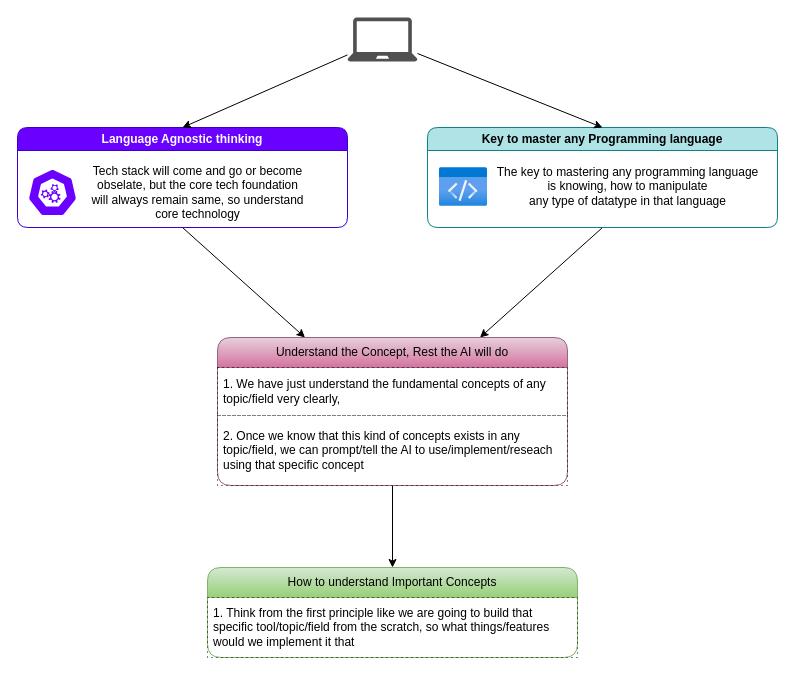
knkrn5/Programming-Concepts keeps this draw.io diagram as core/programming.dio. Above is the earlier version. Source tidied: cells renumbered, new cells numbered last; positions are measured from the earlier drawing's top-left corner, leaving out a move shared by most shapes. Both pictures are drawn from the tidied source at 100%, with x=0, y=0 at pixel (17, 17).
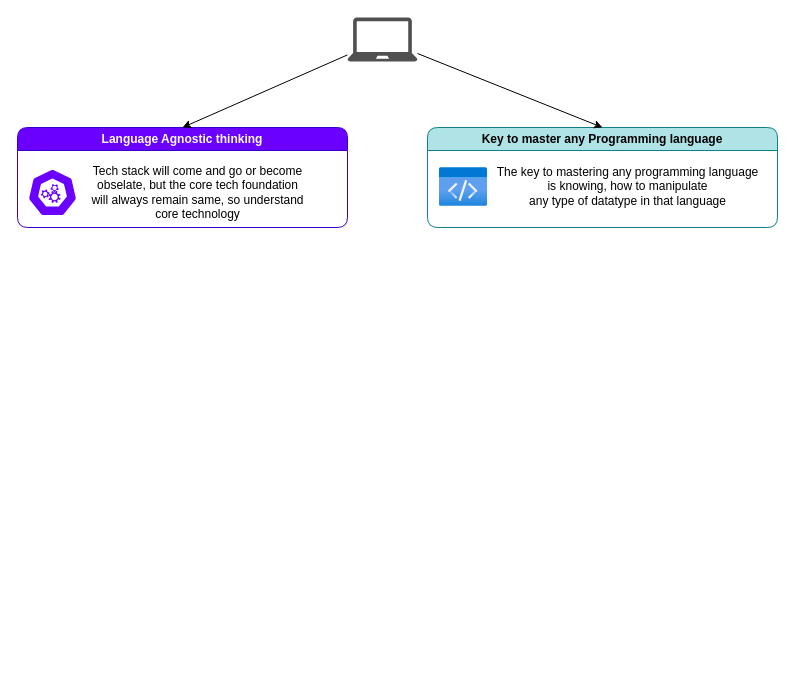
Above is the later version.

What changed in the source:
```diff
@@
 <mxGraphModel>
   <root>
     <mxCell id="0" />
     <mxCell id="1" parent="0" />
     <mxCell id="2" style="sketch=0;shadow=0;dashed=0;html=1;strokeColor=none;fillColor=#505050;labelPosition=center;verticalLabelPosition=bottom;verticalAlign=top;outlineConnect=0;align=center;shape=mxgraph.office.devices.laptop;" parent="1" vertex="1">
       <mxGeometry x="330" width="70" height="44" as="geometry" />
     </mxCell>
-    <mxCell id="3" style="edgeStyle=none;html=1;exitX=0.5;exitY=1;exitDx=0;exitDy=0;entryX=0.25;entryY=0;entryDx=0;entryDy=0;flowAnimation=1;" parent="1" edge="1" source="4" target="14">
-      <mxGeometry relative="1" as="geometry" />
-    </mxCell>
     <mxCell id="4" value="Language Agnostic thinking" style="swimlane;whiteSpace=wrap;html=1;rounded=1;fillColor=#6a00ff;fontColor=#ffffff;strokeColor=#3700CC;" parent="1" vertex="1">
       <mxGeometry y="110" width="330" height="100" as="geometry" />
     </mxCell>
     <mxCell id="5" style="sketch=0;html=1;dashed=0;whitespace=wrap;verticalLabelPosition=bottom;verticalAlign=top;fillColor=#6a00ff;strokeColor=#ffffff;shape=mxgraph.kubernetes.icon2;prIcon=api;" parent="4" vertex="1">
       <mxGeometry x="10" y="41" width="50" height="48" as="geometry" />
     </mxCell>
     <mxCell id="6" value="&lt;font style=&quot;color: light-dark(rgb(0, 0, 0), rgb(255, 255, 255));&quot;&gt;Tech stack will come and go or become&lt;/font&gt;&lt;div&gt;&lt;font style=&quot;color: light-dark(rgb(0, 0, 0), rgb(255, 255, 255));&quot;&gt;obselate, but the core tech foundation&lt;/font&gt;&lt;/div&gt;&lt;div&gt;&lt;font style=&quot;color: light-dark(rgb(0, 0, 0), rgb(255, 255, 255));&quot;&gt;will always remain same, so understand&lt;/font&gt;&lt;/div&gt;&lt;div&gt;&lt;font style=&quot;color: light-dark(rgb(0, 0, 0), rgb(255, 255, 255));&quot;&gt;core technology&lt;/font&gt;&lt;/div&gt;" style="text;html=1;align=center;verticalAlign=middle;strokeColor=none;fillColor=none;" parent="4" vertex="1">
       <mxGeometry x="60" y="30" width="240" height="70" as="geometry" />
     </mxCell>
-    <mxCell id="7" style="edgeStyle=none;html=1;exitX=0.5;exitY=1;exitDx=0;exitDy=0;entryX=0.75;entryY=0;entryDx=0;entryDy=0;flowAnimation=1;" parent="1" edge="1" source="8" target="14">
-      <mxGeometry relative="1" as="geometry" />
-    </mxCell>
     <mxCell id="8" value="Key to master any Programming language" style="swimlane;whiteSpace=wrap;html=1;rounded=1;fillColor=#b0e3e6;strokeColor=#0e8088;" parent="1" vertex="1">
       <mxGeometry x="410" y="110" width="350" height="100" as="geometry" />
     </mxCell>
     <mxCell id="9" value="&lt;font style=&quot;color: light-dark(rgb(0, 0, 0), rgb(255, 255, 255));&quot;&gt;The key to mastering any programming language&lt;/font&gt;&lt;div&gt;&lt;font style=&quot;color: light-dark(rgb(0, 0, 0), rgb(255, 255, 255));&quot;&gt;is knowing, how to manipulate&lt;/font&gt;&lt;/div&gt;&lt;div&gt;&lt;font style=&quot;color: light-dark(rgb(0, 0, 0), rgb(255, 255, 255));&quot;&gt;any type of datatype in that language&lt;/font&gt;&lt;/div&gt;" style="text;html=1;align=center;verticalAlign=middle;strokeColor=none;fillColor=none;" parent="8" vertex="1">
       <mxGeometry x="60" y="29" width="280" height="60" as="geometry" />
     </mxCell>
     <mxCell id="10" style="image;html=1;align=center;fontSize=12;image=img/lib/azure2/general/Code.svg;fontColor=light-dark(#000000,#000000);labelBackgroundColor=light-dark(#FFFFFF,#FF3399);imageBackground=none;imageBorder=none;" parent="8" vertex="1">
       <mxGeometry x="12" y="40" width="48" height="39" as="geometry" />
     </mxCell>
     <mxCell id="11" style="endArrow=classic;html=1;entryX=0.5;entryY=0;entryDx=0;entryDy=0;flowAnimation=1;" parent="1" edge="1" source="2" target="4">
       <mxGeometry relative="1" as="geometry" />
     </mxCell>
     <mxCell id="12" style="endArrow=classic;html=1;entryX=0.5;entryY=0;entryDx=0;entryDy=0;flowAnimation=1;" parent="1" edge="1" source="2" target="8">
       <mxGeometry relative="1" as="geometry" />
     </mxCell>
-    <mxCell id="13" style="edgeStyle=none;html=1;exitX=0.5;exitY=1;exitDx=0;exitDy=0;entryX=0.5;entryY=0;entryDx=0;entryDy=0;flowAnimation=1;" parent="1" edge="1" source="14" target="17">
-      <mxGeometry relative="1" as="geometry" />
-    </mxCell>
-    <mxCell id="14" value="Understand the Concept, Rest the AI will do" style="swimlane;fontStyle=0;horizontal=1;startSize=30;whiteSpace=wrap;html=1;rounded=1;fillColor=#e6d0de;gradientColor=#d5739d;strokeColor=#996185;" parent="1" vertex="1">
-      <mxGeometry x="200" y="320" width="350" height="148" as="geometry" />
-    </mxCell>
-    <mxCell id="15" value="&lt;span style=&quot;color: light-dark(rgb(0, 0, 0), rgb(255, 255, 255));&quot;&gt;1. We have just &lt;span style=&quot;background-color: light-dark(rgb(255, 255, 255), rgb(102, 51, 0));&quot;&gt;understand the fundamental concepts of any topic/field&lt;/span&gt; very clearly,&amp;nbsp;&lt;/span&gt;" style="text;strokeColor=default;fillColor=none;align=left;verticalAlign=middle;spacingLeft=4;spacingRight=4;overflow=hidden;whiteSpace=wrap;html=1;dashed=1;dashPattern=1 4;" parent="14" vertex="1">
-      <mxGeometry y="30" width="350" height="48" as="geometry" />
-    </mxCell>
-    <mxCell id="16" value="2. Once we know that this kind of concepts exists in any topic/field, we can &lt;span style=&quot;background-color: light-dark(rgb(255, 255, 255), rgb(102, 0, 51));&quot;&gt;prompt/tell the AI to use/implement/reseach using that specific concept&lt;/span&gt;" style="text;strokeColor=default;fillColor=none;align=left;verticalAlign=middle;spacingLeft=4;spacingRight=4;overflow=hidden;whiteSpace=wrap;html=1;dashed=1;dashPattern=1 4;" parent="14" vertex="1">
-      <mxGeometry y="78" width="350" height="70" as="geometry" />
-    </mxCell>
-    <mxCell id="17" value="How to understand Important Concepts" style="swimlane;fontStyle=0;horizontal=1;startSize=30;whiteSpace=wrap;html=1;rounded=1;fillColor=#d5e8d4;gradientColor=#97d077;strokeColor=#82b366;" parent="1" vertex="1">
-      <mxGeometry x="190" y="550" width="370" height="90" as="geometry" />
-    </mxCell>
-    <mxCell id="18" value="1. Think from the first principle like we are going to build that specific tool/topic/field from the scratch, so what things/features would we implement it that" style="text;strokeColor=default;fillColor=none;align=left;verticalAlign=middle;spacingLeft=4;spacingRight=4;overflow=hidden;whiteSpace=wrap;html=1;dashed=1;dashPattern=1 4;" parent="17" vertex="1">
-      <mxGeometry y="30" width="370" height="60" as="geometry" />
-    </mxCell>
   </root>
 </mxGraphModel>
```
